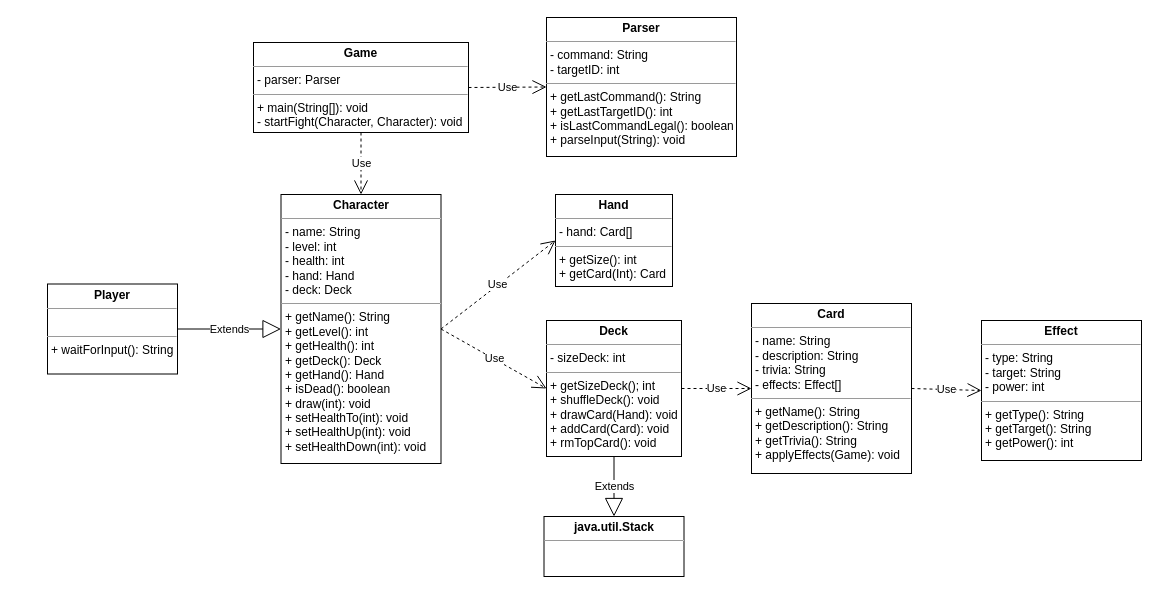
durierem/galamadriabuyak keeps this draw.io diagram as devdoc/Galamadriabuyak_UML.drawio. Above is the earlier version. Source tidied: cells renumbered, new cells numbered last; positions are measured from the earlier drawing's top-left corner, leaving out a move shared by most shapes. Both pictures are drawn from the tidied source at 100%, with x=0, y=0 at pixel (47, 17).
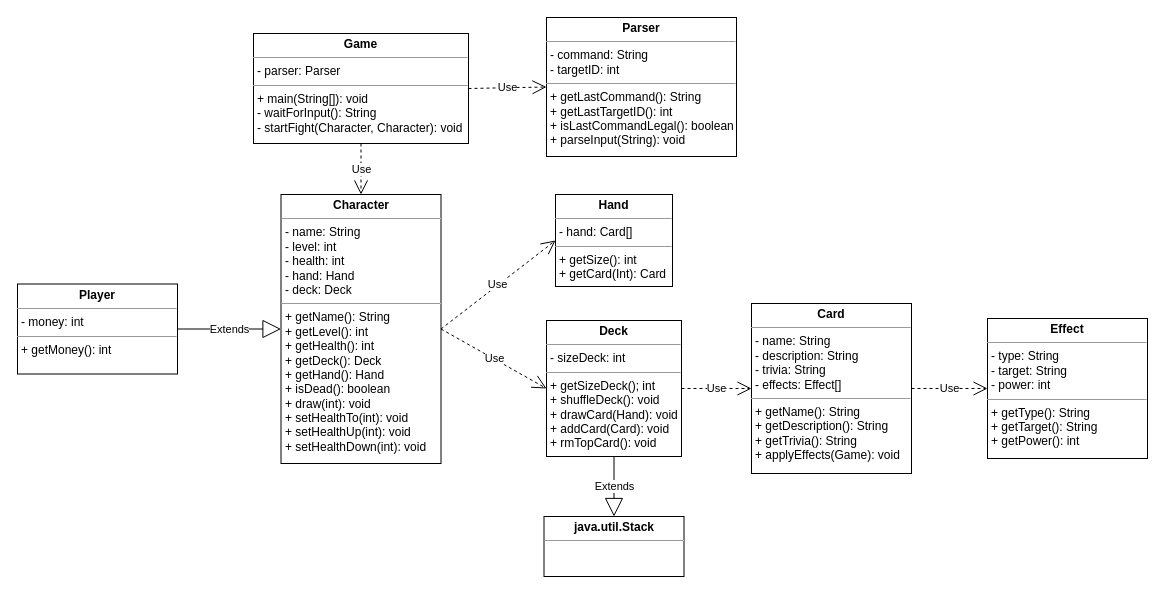
The same diagram, later.

Commit message (it also covers changes not shown here):
Changes Parser to CombatParser

The edit, as a diff of the source:
```diff
@@
 <mxGraphModel background="#ffffff">
   <root>
     <mxCell id="0" />
     <mxCell id="1" parent="0" />
     <mxCell id="2" value="&lt;p style=&quot;margin: 0px ; margin-top: 4px ; text-align: center&quot;&gt;&lt;b&gt;Parser&lt;/b&gt;&lt;/p&gt;&lt;hr size=&quot;1&quot;&gt;&lt;p style=&quot;margin: 0px ; margin-left: 4px&quot;&gt;- command: String&lt;/p&gt;&lt;p style=&quot;margin: 0px ; margin-left: 4px&quot;&gt;- targetID: int&lt;br&gt;&lt;/p&gt;&lt;hr size=&quot;1&quot;&gt;&lt;p style=&quot;margin: 0px ; margin-left: 4px&quot;&gt;+ getLastCommand(): String&lt;/p&gt;&lt;p style=&quot;margin: 0px ; margin-left: 4px&quot;&gt;+ getLastTargetID(): int&lt;/p&gt;&lt;p style=&quot;margin: 0px ; margin-left: 4px&quot;&gt;+ isLastCommandLegal(): boolean&lt;/p&gt;&lt;p style=&quot;margin: 0px ; margin-left: 4px&quot;&gt;+ parseInput(String): void&lt;br&gt;&lt;/p&gt;" style="verticalAlign=top;align=left;overflow=fill;fontSize=12;fontFamily=Helvetica;html=1;" parent="1" vertex="1">
       <mxGeometry x="499" width="190" height="139" as="geometry" />
     </mxCell>
-    <mxCell id="3" value="&lt;p style=&quot;margin: 0px ; margin-top: 4px ; text-align: center&quot;&gt;&lt;b&gt;Game&lt;/b&gt;&lt;/p&gt;&lt;hr size=&quot;1&quot;&gt;&lt;p style=&quot;margin: 0px ; margin-left: 4px&quot;&gt;- parser: Parser&lt;/p&gt;&lt;hr size=&quot;1&quot;&gt;&lt;p style=&quot;margin: 0px ; margin-left: 4px&quot;&gt;+ main(String[]): void&lt;/p&gt;&lt;p style=&quot;margin: 0px ; margin-left: 4px&quot;&gt;- startFight(Character, Character): void&lt;br&gt;&lt;/p&gt;" style="verticalAlign=top;align=left;overflow=fill;fontSize=12;fontFamily=Helvetica;html=1;" parent="1" vertex="1">
-      <mxGeometry x="206" y="25" width="215" height="90" as="geometry" />
+    <mxCell id="3" value="&lt;p style=&quot;margin: 0px ; margin-top: 4px ; text-align: center&quot;&gt;&lt;b&gt;Game&lt;/b&gt;&lt;/p&gt;&lt;hr size=&quot;1&quot;&gt;&lt;p style=&quot;margin: 0px ; margin-left: 4px&quot;&gt;- parser: Parser&lt;/p&gt;&lt;hr size=&quot;1&quot;&gt;&lt;p style=&quot;margin: 0px ; margin-left: 4px&quot;&gt;+ main(String[]): void&lt;/p&gt;&lt;p style=&quot;margin: 0px ; margin-left: 4px&quot;&gt;- waitForInput(): String&lt;br&gt;&lt;/p&gt;&lt;p style=&quot;margin: 0px ; margin-left: 4px&quot;&gt;- startFight(Character, Character): void&lt;br&gt;&lt;/p&gt;" style="verticalAlign=top;align=left;overflow=fill;fontSize=12;fontFamily=Helvetica;html=1;" parent="1" vertex="1">
+      <mxGeometry x="206" y="16" width="215" height="110" as="geometry" />
     </mxCell>
     <mxCell id="4" value="Use" style="endArrow=open;endSize=12;dashed=1;html=1;exitX=1;exitY=0.5;exitDx=0;exitDy=0;entryX=0;entryY=0.5;entryDx=0;entryDy=0;" parent="1" edge="1" source="3" target="2">
       <mxGeometry relative="1" as="geometry" />
     </mxCell>
     <mxCell id="5" value="&lt;p style=&quot;margin: 0px ; margin-top: 4px ; text-align: center&quot;&gt;&lt;b&gt;Character&lt;/b&gt;&lt;/p&gt;&lt;hr size=&quot;1&quot;&gt;&lt;p style=&quot;margin: 0px ; margin-left: 4px&quot;&gt;- name: String&lt;/p&gt;&lt;p style=&quot;margin: 0px ; margin-left: 4px&quot;&gt;- level: int&lt;br&gt;&lt;/p&gt;&lt;p style=&quot;margin: 0px ; margin-left: 4px&quot;&gt;- health: int&lt;/p&gt;&lt;p style=&quot;margin: 0px ; margin-left: 4px&quot;&gt;- hand: Hand&lt;br&gt;&lt;/p&gt;&lt;p style=&quot;margin: 0px ; margin-left: 4px&quot;&gt;- deck: Deck&lt;/p&gt;&lt;hr size=&quot;1&quot;&gt;&lt;p style=&quot;margin: 0px ; margin-left: 4px&quot;&gt;+ getName(): String&lt;/p&gt;&lt;p style=&quot;margin: 0px ; margin-left: 4px&quot;&gt;+ getLevel(): int&lt;br&gt;&lt;/p&gt;&lt;p style=&quot;margin: 0px ; margin-left: 4px&quot;&gt;+ getHealth(): int&lt;/p&gt;&lt;p style=&quot;margin: 0px ; margin-left: 4px&quot;&gt;+ getDeck(): Deck&lt;/p&gt;&lt;p style=&quot;margin: 0px ; margin-left: 4px&quot;&gt;+ getHand(): Hand&lt;br&gt;&lt;/p&gt;&lt;p style=&quot;margin: 0px ; margin-left: 4px&quot;&gt;+ isDead(): boolean&lt;/p&gt;&lt;p style=&quot;margin: 0px ; margin-left: 4px&quot;&gt;+ draw(int): void&lt;/p&gt;&lt;p style=&quot;margin: 0px ; margin-left: 4px&quot;&gt;+ setHealthTo(int): void&lt;/p&gt;&lt;p style=&quot;margin: 0px ; margin-left: 4px&quot;&gt;+ setHealthUp(int): void&lt;/p&gt;&lt;p style=&quot;margin: 0px ; margin-left: 4px&quot;&gt;+ setHealthDown(int): void&lt;br&gt;&lt;/p&gt;&lt;p style=&quot;margin: 0px ; margin-left: 4px&quot;&gt;&lt;br&gt;&lt;/p&gt;" style="verticalAlign=top;align=left;overflow=fill;fontSize=12;fontFamily=Helvetica;html=1;" parent="1" vertex="1">
       <mxGeometry x="233.5" y="177" width="160" height="269" as="geometry" />
     </mxCell>
-    <mxCell id="6" value="&lt;p style=&quot;margin: 0px ; margin-top: 4px ; text-align: center&quot;&gt;&lt;b&gt;Player&lt;/b&gt;&lt;/p&gt;&lt;hr size=&quot;1&quot;&gt;&lt;p style=&quot;margin: 0px ; margin-left: 4px&quot;&gt;&lt;br&gt;&lt;/p&gt;&lt;hr size=&quot;1&quot;&gt;&lt;p style=&quot;margin: 0px ; margin-left: 4px&quot;&gt;+ waitForInput(): String&lt;br&gt;&lt;/p&gt;" style="verticalAlign=top;align=left;overflow=fill;fontSize=12;fontFamily=Helvetica;html=1;" parent="1" vertex="1">
-      <mxGeometry y="266.5" width="130" height="90" as="geometry" />
-    </mxCell>
     <mxCell id="7" value="Use" style="endArrow=open;endSize=12;dashed=1;html=1;entryX=0.5;entryY=0;entryDx=0;entryDy=0;exitX=0.5;exitY=1;exitDx=0;exitDy=0;" parent="1" edge="1" source="3" target="5">
       <mxGeometry relative="1" as="geometry" />
     </mxCell>
-    <mxCell id="8" value="Extends" style="endArrow=block;endSize=16;endFill=0;html=1;exitX=1;exitY=0.5;exitDx=0;exitDy=0;entryX=0;entryY=0.5;entryDx=0;entryDy=0;" parent="1" edge="1" source="6" target="5">
+    <mxCell id="8" value="Extends" style="endArrow=block;endSize=16;endFill=0;html=1;exitX=1;exitY=0.5;exitDx=0;exitDy=0;entryX=0;entryY=0.5;entryDx=0;entryDy=0;" parent="1" edge="1" source="19" target="5">
       <mxGeometry relative="1" as="geometry" />
     </mxCell>
     <mxCell id="9" value="&lt;p style=&quot;margin: 0px ; margin-top: 4px ; text-align: center&quot;&gt;&lt;b&gt;Deck&lt;/b&gt;&lt;br&gt;&lt;/p&gt;&lt;hr size=&quot;1&quot;&gt;&lt;p style=&quot;margin: 0px ; margin-left: 4px&quot;&gt;- sizeDeck: int&lt;/p&gt;&lt;hr size=&quot;1&quot;&gt;&lt;p style=&quot;margin: 0px ; margin-left: 4px&quot;&gt;+ getSizeDeck(); int&lt;/p&gt;&lt;p style=&quot;margin: 0px ; margin-left: 4px&quot;&gt;+ shuffleDeck(): void&lt;/p&gt;&lt;p style=&quot;margin: 0px ; margin-left: 4px&quot;&gt;+ drawCard(Hand): void&lt;br&gt;&lt;/p&gt;&lt;p style=&quot;margin: 0px ; margin-left: 4px&quot;&gt;+ addCard(Card): void&lt;br&gt;&lt;/p&gt;&lt;p style=&quot;margin: 0px ; margin-left: 4px&quot;&gt;+ rmTopCard(): void&lt;br&gt;&lt;/p&gt;" style="verticalAlign=top;align=left;overflow=fill;fontSize=12;fontFamily=Helvetica;html=1;" parent="1" vertex="1">
       <mxGeometry x="499" y="303" width="135" height="136" as="geometry" />
     </mxCell>
     <mxCell id="10" value="Use" style="endArrow=open;endSize=12;dashed=1;html=1;exitX=1;exitY=0.5;exitDx=0;exitDy=0;entryX=0;entryY=0.5;entryDx=0;entryDy=0;" parent="1" edge="1" source="5" target="9">
       <mxGeometry relative="1" as="geometry" />
     </mxCell>
     <mxCell id="11" value="&lt;p style=&quot;margin: 0px ; margin-top: 4px ; text-align: center&quot;&gt;&lt;b&gt;Hand&lt;/b&gt;&lt;/p&gt;&lt;hr size=&quot;1&quot;&gt;&lt;p style=&quot;margin: 0px ; margin-left: 4px&quot;&gt;- hand: Card[]&lt;/p&gt;&lt;hr size=&quot;1&quot;&gt;&lt;p style=&quot;margin: 0px ; margin-left: 4px&quot;&gt;+ getSize(): int&lt;/p&gt;&lt;p style=&quot;margin: 0px ; margin-left: 4px&quot;&gt;+ getCard(Int): Card&lt;br&gt;&lt;/p&gt;" style="verticalAlign=top;align=left;overflow=fill;fontSize=12;fontFamily=Helvetica;html=1;" parent="1" vertex="1">
       <mxGeometry x="508" y="177" width="117" height="92" as="geometry" />
     </mxCell>
     <mxCell id="12" value="Use" style="endArrow=open;endSize=12;dashed=1;html=1;exitX=1;exitY=0.5;exitDx=0;exitDy=0;entryX=0;entryY=0.5;entryDx=0;entryDy=0;" parent="1" edge="1" source="5" target="11">
       <mxGeometry relative="1" as="geometry" />
     </mxCell>
     <mxCell id="13" value="&lt;p style=&quot;margin: 0px ; margin-top: 4px ; text-align: center&quot;&gt;&lt;b&gt;Effect&lt;/b&gt;&lt;/p&gt;&lt;hr size=&quot;1&quot;&gt;&lt;p style=&quot;margin: 0px ; margin-left: 4px&quot;&gt;- type: String&lt;/p&gt;&lt;p style=&quot;margin: 0px ; margin-left: 4px&quot;&gt;- target: String&lt;/p&gt;&lt;p style=&quot;margin: 0px ; margin-left: 4px&quot;&gt;- power: int&lt;br&gt;&lt;/p&gt;&lt;hr size=&quot;1&quot;&gt;&lt;p style=&quot;margin: 0px ; margin-left: 4px&quot;&gt;+ getType(): String&lt;/p&gt;&lt;p style=&quot;margin: 0px ; margin-left: 4px&quot;&gt;+ getTarget(): String&lt;/p&gt;&lt;p style=&quot;margin: 0px ; margin-left: 4px&quot;&gt;+ getPower(): int&lt;br&gt;&lt;/p&gt;" style="verticalAlign=top;align=left;overflow=fill;fontSize=12;fontFamily=Helvetica;html=1;" parent="1" vertex="1">
-      <mxGeometry x="934" y="303" width="160" height="140" as="geometry" />
+      <mxGeometry x="940" y="301" width="160" height="140" as="geometry" />
     </mxCell>
     <mxCell id="14" value="Use" style="endArrow=open;endSize=12;dashed=1;html=1;exitX=1;exitY=0.5;exitDx=0;exitDy=0;entryX=0;entryY=0.5;entryDx=0;entryDy=0;" parent="1" edge="1" source="9" target="18">
       <mxGeometry relative="1" as="geometry" />
     </mxCell>
     <mxCell id="15" value="Use" style="endArrow=open;endSize=12;dashed=1;html=1;exitX=1;exitY=0.5;exitDx=0;exitDy=0;entryX=0;entryY=0.5;entryDx=0;entryDy=0;" parent="1" edge="1" source="18" target="13">
       <mxGeometry relative="1" as="geometry" />
     </mxCell>
     <mxCell id="16" value="&lt;p style=&quot;margin: 0px ; margin-top: 4px ; text-align: center&quot;&gt;&lt;b&gt;java.util.Stack&lt;/b&gt;&lt;/p&gt;&lt;hr size=&quot;1&quot;&gt;&lt;div style=&quot;height: 2px&quot;&gt;&lt;/div&gt;" style="verticalAlign=top;align=left;overflow=fill;fontSize=12;fontFamily=Helvetica;html=1;" parent="1" vertex="1">
       <mxGeometry x="496.5" y="499" width="140" height="60" as="geometry" />
     </mxCell>
     <mxCell id="17" value="Extends" style="endArrow=block;endSize=16;endFill=0;html=1;exitX=0.5;exitY=1;exitDx=0;exitDy=0;entryX=0.5;entryY=0;entryDx=0;entryDy=0;" parent="1" edge="1" source="9" target="16">
       <mxGeometry relative="1" as="geometry" />
     </mxCell>
     <mxCell id="18" value="&lt;p style=&quot;margin: 0px ; margin-top: 4px ; text-align: center&quot;&gt;&lt;b&gt;Card&lt;/b&gt;&lt;/p&gt;&lt;hr size=&quot;1&quot;&gt;&lt;p style=&quot;margin: 0px ; margin-left: 4px&quot;&gt;- name: String&lt;/p&gt;&lt;p style=&quot;margin: 0px ; margin-left: 4px&quot;&gt;- description: String&lt;/p&gt;&lt;p style=&quot;margin: 0px ; margin-left: 4px&quot;&gt;- trivia: String&lt;/p&gt;&lt;p style=&quot;margin: 0px ; margin-left: 4px&quot;&gt;- effects: Effect[]&lt;/p&gt;&lt;hr size=&quot;1&quot;&gt;&lt;p style=&quot;margin: 0px ; margin-left: 4px&quot;&gt;+ getName(): String&lt;/p&gt;&lt;p style=&quot;margin: 0px ; margin-left: 4px&quot;&gt;+ getDescription(): String&lt;/p&gt;&lt;p style=&quot;margin: 0px ; margin-left: 4px&quot;&gt;+ getTrivia(): String&lt;/p&gt;&lt;p style=&quot;margin: 0px ; margin-left: 4px&quot;&gt;+ applyEffects(Game): void&lt;br&gt;&lt;/p&gt;" style="verticalAlign=top;align=left;overflow=fill;fontSize=12;fontFamily=Helvetica;html=1;" parent="1" vertex="1">
       <mxGeometry x="704" y="286" width="160" height="170" as="geometry" />
     </mxCell>
+    <mxCell id="19" value="&lt;p style=&quot;margin: 0px ; margin-top: 4px ; text-align: center&quot;&gt;&lt;b&gt;Player&lt;/b&gt;&lt;/p&gt;&lt;hr size=&quot;1&quot;&gt;&lt;p style=&quot;margin: 0px ; margin-left: 4px&quot;&gt;- money: int&lt;br&gt;&lt;/p&gt;&lt;hr size=&quot;1&quot;&gt;&lt;p style=&quot;margin: 0px ; margin-left: 4px&quot;&gt;+ getMoney(): int&lt;/p&gt;" style="verticalAlign=top;align=left;overflow=fill;fontSize=12;fontFamily=Helvetica;html=1;" parent="1" vertex="1">
+      <mxGeometry x="-30" y="266.5" width="160" height="90" as="geometry" />
+    </mxCell>
   </root>
 </mxGraphModel>
```
